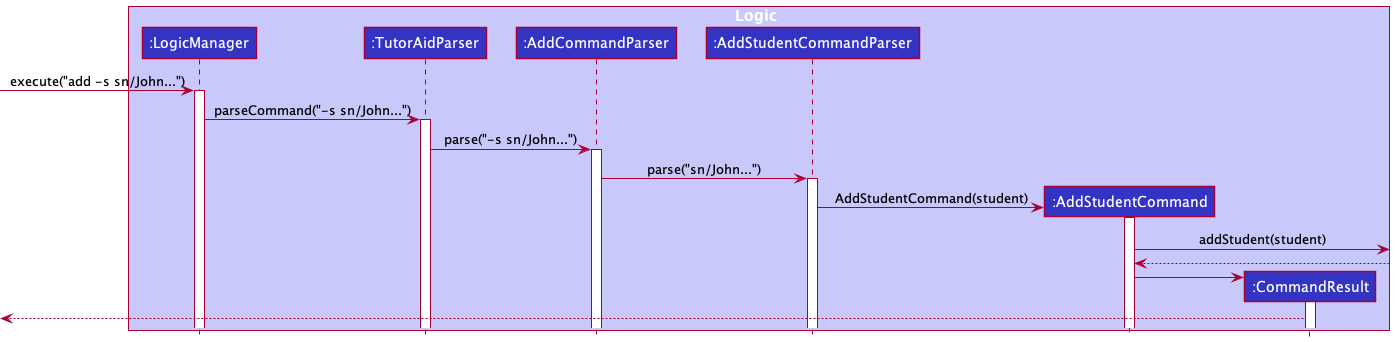
The PlantUML diagram docs/images/AddStudentSequenceDiagram.png in nus-cs2103-AY2122S1/tp, before a commit.
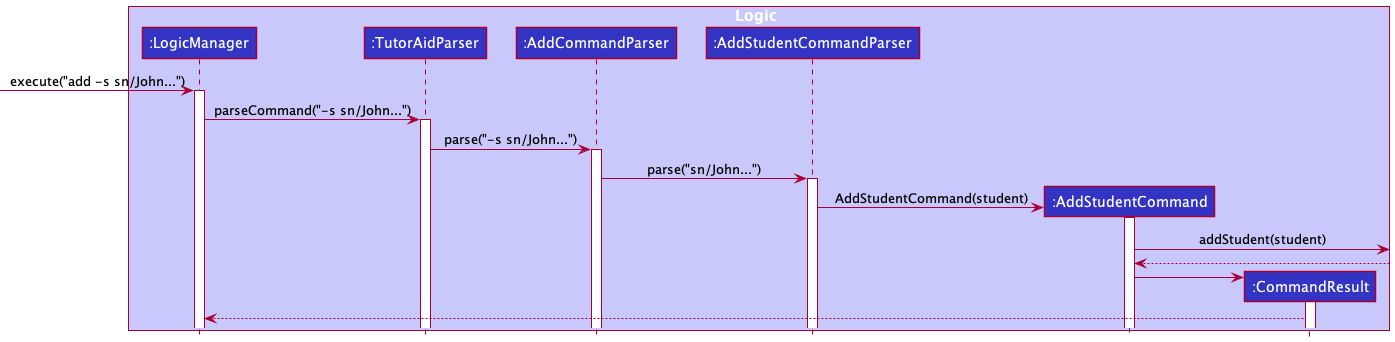
The same file after the commit.

Commit message:
Update documentation for 'Add Student' feature to resolve formatting errors

What changed in the source:
```diff
@@ -34,6 +34,6 @@
 AddStudentCommand -> CommandResult
 activate CommandResult
 deactivate CommandResult
-<-- CommandResult
+LogicManager <-- CommandResult
 
 @enduml
```
